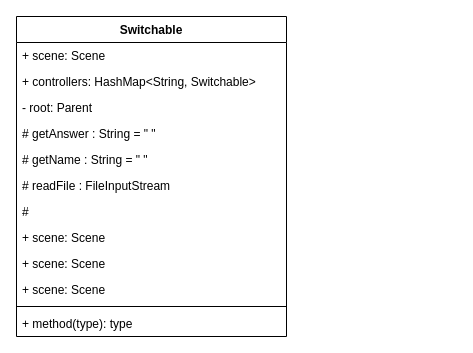
Above: Untitled Diagram.drawio in sarahduong/Object-Oriented-Programming (draw.io), before the change. Source tidied: cells renumbered, new cells numbered last; positions are measured from the earlier drawing's top-left corner, leaving out a move shared by most shapes. Both pictures are drawn from the tidied source at 100%, with x=0, y=0 at pixel (16, 16).
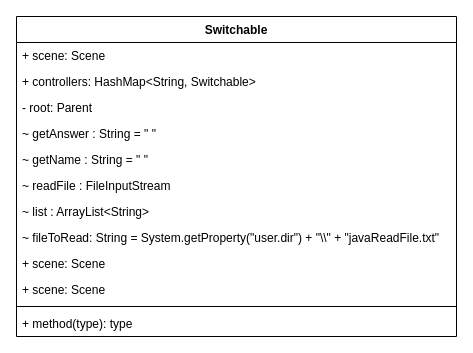
After the change.

Change to the diagram source:
```diff
@@
 <mxGraphModel>
   <root>
     <mxCell id="0" />
     <mxCell id="1" parent="0" />
     <mxCell id="2" value="Switchable" style="swimlane;fontStyle=1;align=center;verticalAlign=top;horizontal=1;startSize=26;" parent="1" vertex="1">
-      <mxGeometry width="270" height="320" as="geometry" />
+      <mxGeometry width="440" height="320" as="geometry" />
     </mxCell>
     <mxCell id="3" value="+ scene: Scene" style="text;strokeColor=none;fillColor=none;align=left;verticalAlign=top;spacingLeft=4;spacingRight=4;overflow=hidden;" parent="2" vertex="1">
-      <mxGeometry y="26" width="270" height="26" as="geometry" />
+      <mxGeometry y="26" width="440" height="26" as="geometry" />
     </mxCell>
     <mxCell id="4" value="+ controllers: HashMap&lt;String, Switchable&gt;" style="text;strokeColor=none;fillColor=none;align=left;verticalAlign=top;spacingLeft=4;spacingRight=4;overflow=hidden;" parent="2" vertex="1">
-      <mxGeometry y="52" width="270" height="26" as="geometry" />
+      <mxGeometry y="52" width="440" height="26" as="geometry" />
     </mxCell>
     <mxCell id="5" value="- root: Parent" style="text;strokeColor=none;fillColor=none;align=left;verticalAlign=top;spacingLeft=4;spacingRight=4;overflow=hidden;" parent="2" vertex="1">
-      <mxGeometry y="78" width="270" height="26" as="geometry" />
+      <mxGeometry y="78" width="440" height="26" as="geometry" />
     </mxCell>
-    <mxCell id="6" value="# getAnswer : String = &quot; &quot;" style="text;strokeColor=none;fillColor=none;align=left;verticalAlign=top;spacingLeft=4;spacingRight=4;overflow=hidden;" parent="2" vertex="1">
-      <mxGeometry y="104" width="270" height="26" as="geometry" />
+    <mxCell id="6" value="~ getAnswer : String = &quot; &quot;" style="text;strokeColor=none;fillColor=none;align=left;verticalAlign=top;spacingLeft=4;spacingRight=4;overflow=hidden;" parent="2" vertex="1">
+      <mxGeometry y="104" width="440" height="26" as="geometry" />
     </mxCell>
-    <mxCell id="7" value="# getName : String = &quot; &quot;" style="text;strokeColor=none;fillColor=none;align=left;verticalAlign=top;spacingLeft=4;spacingRight=4;overflow=hidden;" parent="2" vertex="1">
-      <mxGeometry y="130" width="270" height="26" as="geometry" />
+    <mxCell id="7" value="~ getName : String = &quot; &quot;" style="text;strokeColor=none;fillColor=none;align=left;verticalAlign=top;spacingLeft=4;spacingRight=4;overflow=hidden;" parent="2" vertex="1">
+      <mxGeometry y="130" width="440" height="26" as="geometry" />
     </mxCell>
-    <mxCell id="8" value="# readFile : FileInputStream" style="text;strokeColor=none;fillColor=none;align=left;verticalAlign=top;spacingLeft=4;spacingRight=4;overflow=hidden;" parent="2" vertex="1">
-      <mxGeometry y="156" width="270" height="26" as="geometry" />
+    <mxCell id="8" value="~ readFile : FileInputStream" style="text;strokeColor=none;fillColor=none;align=left;verticalAlign=top;spacingLeft=4;spacingRight=4;overflow=hidden;" parent="2" vertex="1">
+      <mxGeometry y="156" width="440" height="26" as="geometry" />
     </mxCell>
-    <mxCell id="9" value="# " style="text;strokeColor=none;fillColor=none;align=left;verticalAlign=top;spacingLeft=4;spacingRight=4;overflow=hidden;" parent="2" vertex="1">
-      <mxGeometry y="182" width="270" height="26" as="geometry" />
+    <mxCell id="9" value="~ list : ArrayList&lt;String&gt;" style="text;strokeColor=none;fillColor=none;align=left;verticalAlign=top;spacingLeft=4;spacingRight=4;overflow=hidden;" parent="2" vertex="1">
+      <mxGeometry y="182" width="440" height="26" as="geometry" />
     </mxCell>
-    <mxCell id="10" value="+ scene: Scene" style="text;strokeColor=none;fillColor=none;align=left;verticalAlign=top;spacingLeft=4;spacingRight=4;overflow=hidden;" parent="2" vertex="1">
-      <mxGeometry y="208" width="270" height="26" as="geometry" />
+    <mxCell id="10" value="~ fileToRead: String = System.getProperty(&quot;user.dir&quot;) + &quot;\\&quot; + &quot;javaReadFile.txt&quot;" style="text;strokeColor=none;fillColor=none;align=left;verticalAlign=top;spacingLeft=4;spacingRight=4;overflow=hidden;" parent="2" vertex="1">
+      <mxGeometry y="208" width="440" height="26" as="geometry" />
     </mxCell>
     <mxCell id="11" value="+ scene: Scene" style="text;strokeColor=none;fillColor=none;align=left;verticalAlign=top;spacingLeft=4;spacingRight=4;overflow=hidden;" parent="2" vertex="1">
-      <mxGeometry y="234" width="270" height="26" as="geometry" />
+      <mxGeometry y="234" width="440" height="26" as="geometry" />
     </mxCell>
     <mxCell id="12" value="+ scene: Scene" style="text;strokeColor=none;fillColor=none;align=left;verticalAlign=top;spacingLeft=4;spacingRight=4;overflow=hidden;" parent="2" vertex="1">
-      <mxGeometry y="260" width="270" height="26" as="geometry" />
+      <mxGeometry y="260" width="440" height="26" as="geometry" />
     </mxCell>
     <mxCell id="13" style="line;strokeWidth=1;fillColor=none;align=left;verticalAlign=middle;spacingTop=-1;spacingLeft=3;spacingRight=3;labelPosition=right;" parent="2" vertex="1">
-      <mxGeometry y="286" width="270" height="8" as="geometry" />
+      <mxGeometry y="286" width="440" height="8" as="geometry" />
     </mxCell>
     <mxCell id="14" value="+ method(type): type" style="text;strokeColor=none;fillColor=none;align=left;verticalAlign=top;spacingLeft=4;spacingRight=4;overflow=hidden;" parent="2" vertex="1">
-      <mxGeometry y="294" width="270" height="26" as="geometry" />
+      <mxGeometry y="294" width="440" height="26" as="geometry" />
     </mxCell>
   </root>
 </mxGraphModel>
```
